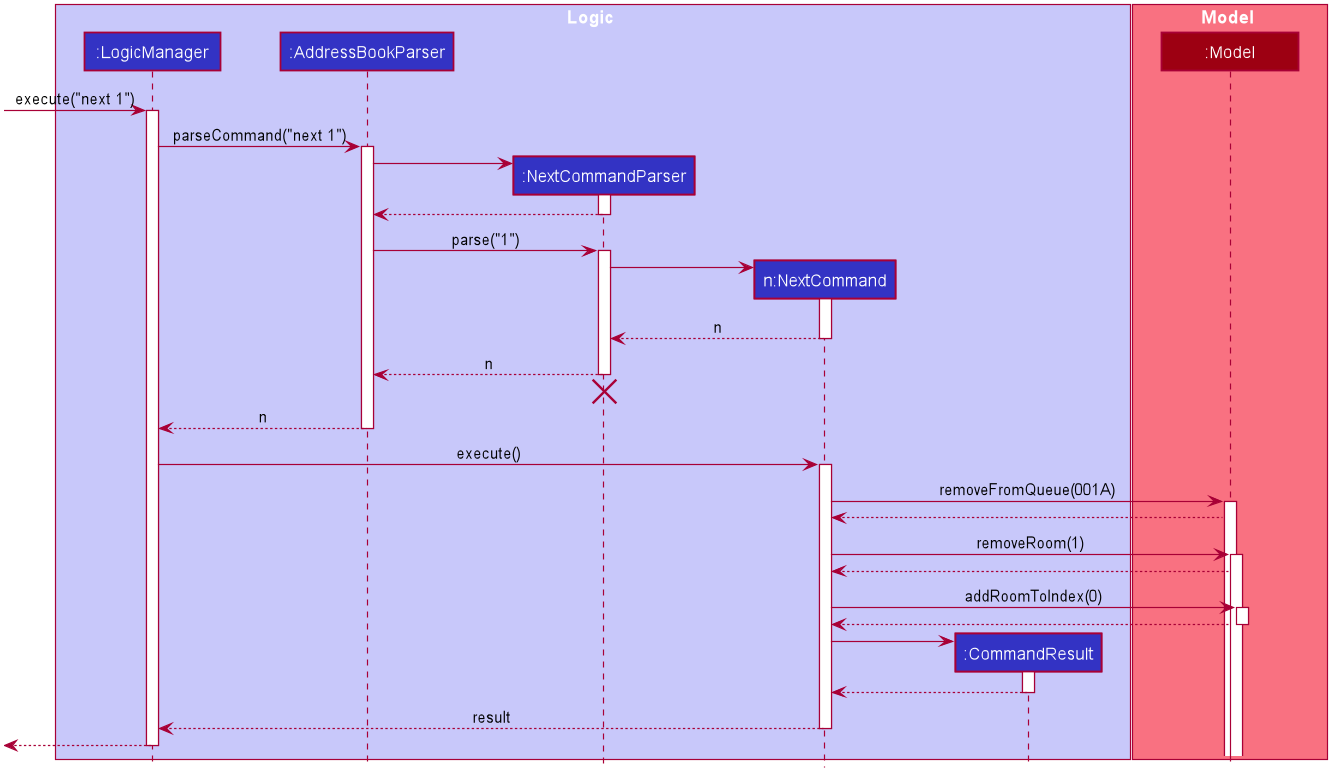
The PlantUML diagram docs/images/NextSequenceDiagram.png in nus-cs2103-AY1920S1/addressbook-level3, before a commit. The source it was exported from:
```plantuml
@startuml








skinparam BackgroundColor #FFFFFFF

skinparam Shadowing false

skinparam Class {
    FontColor #FFFFFF
    BorderThickness 1
    BorderColor #FFFFFF
    StereotypeFontColor #FFFFFF
    FontName Arial
}

skinparam Actor {
    BorderColor #000000
    Color #000000
    FontName Arial
}

skinparam Sequence {
    MessageAlign center
    BoxFontSize 15
    BoxPadding 0
    BoxFontColor #FFFFFF
    FontName Arial
}

skinparam Participant {
    FontColor #FFFFFFF
    Padding 20
}

skinparam MinClassWidth 100
skinparam ParticipantPadding 20
skinparam Shadowing false
skinparam DefaultTextAlignment center
skinparam packageStyle Rectangle

hide footbox
hide members
hide circle

box Logic #C8C8FA
participant ":LogicManager" as LogicManager #3333C4
participant ":AddressBookParser" as AddressBookParser #3333C4
participant ":NextCommandParser" as NextCommandParser #3333C4
participant "n:NextCommand" as NextCommand #3333C4
participant ":CommandResult" as CommandResult #3333C4
end box

box Model #F97181
participant ":Model" as Model #9D0012
end box

[-> LogicManager : execute("next 1")
activate LogicManager

LogicManager -> AddressBookParser : parseCommand("next 1")
activate AddressBookParser

create NextCommandParser
AddressBookParser -> NextCommandParser
activate NextCommandParser

NextCommandParser --> AddressBookParser
deactivate NextCommandParser

AddressBookParser -> NextCommandParser : parse("1")
activate NextCommandParser

create NextCommand
NextCommandParser -> NextCommand
activate NextCommand

NextCommand --> NextCommandParser : n
deactivate NextCommand

NextCommandParser --> AddressBookParser : n
deactivate NextCommandParser
NextCommandParser -[hidden]-> AddressBookParser
destroy NextCommandParser

AddressBookParser --> LogicManager : n
deactivate AddressBookParser

LogicManager -> NextCommand : execute()
activate NextCommand

NextCommand -> Model : removeFromQueue(001A)
activate Model
Model --> NextCommand

NextCommand -> Model : removeRoom(1)
activate Model
Model --> NextCommand

NextCommand -> Model : addRoomToIndex(0)
activate Model

Model --> NextCommand
deactivate Model

create CommandResult
NextCommand -> CommandResult
activate CommandResult

CommandResult --> NextCommand
deactivate CommandResult

NextCommand --> LogicManager : result
deactivate NextCommand

[<--LogicManager
deactivate LogicManager
@enduml
```
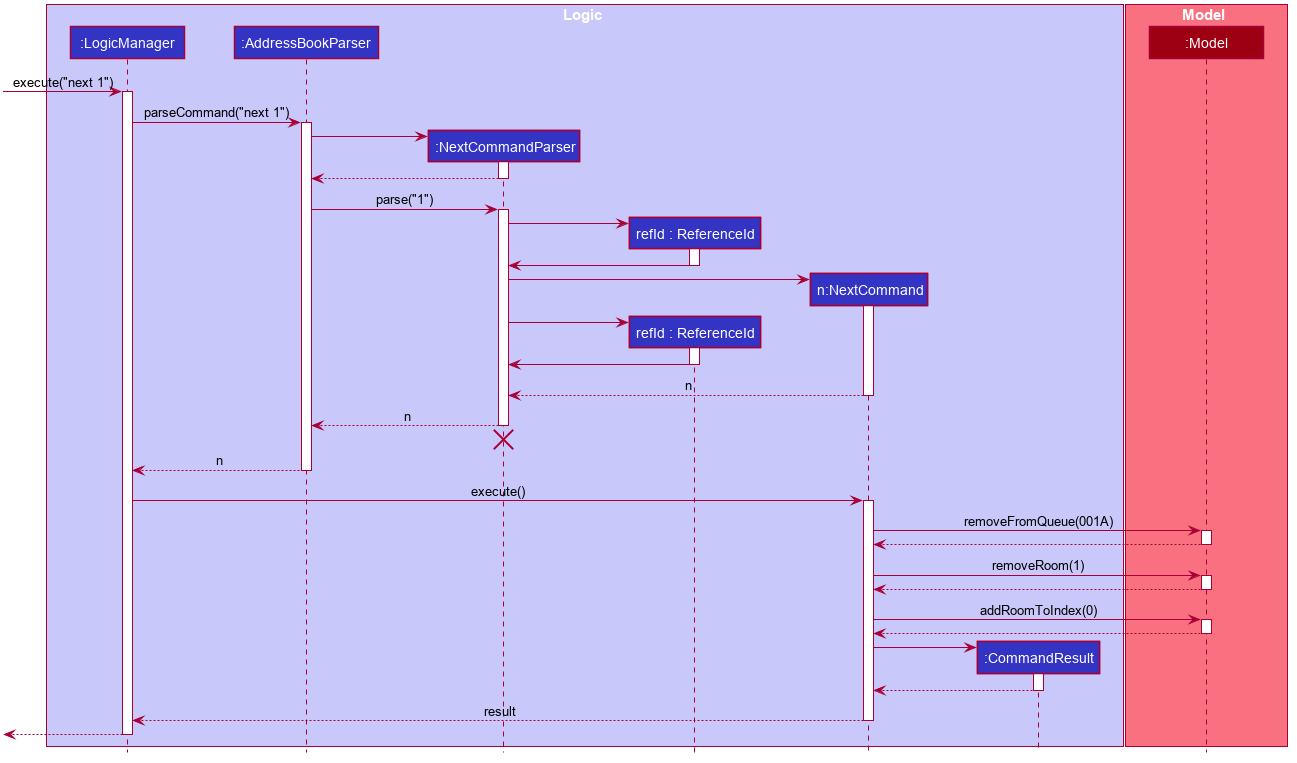
After the change.

Commit message:
Edits sequence diagrams for enqueue and next commands

The edit, as a diff of the source:
```diff
@@ -52,6 +52,7 @@
 participant ":LogicManager" as LogicManager #3333C4
 participant ":AddressBookParser" as AddressBookParser #3333C4
 participant ":NextCommandParser" as NextCommandParser #3333C4
+participant "refId : ReferenceId" as ReferenceId #3333C4
 participant "n:NextCommand" as NextCommand #3333C4
 participant ":CommandResult" as CommandResult #3333C4
 end box
@@ -76,9 +77,22 @@
 AddressBookParser -> NextCommandParser : parse("1")
 activate NextCommandParser
 
+
+create ReferenceId
+NextCommandParser -> ReferenceId
+activate ReferenceId
+ReferenceId -> NextCommandParser
+deactivate ReferenceId
+
 create NextCommand
 NextCommandParser -> NextCommand
 activate NextCommand
+
+create ReferenceId
+NextCommandParser -> ReferenceId
+activate ReferenceId
+ReferenceId -> NextCommandParser
+deactivate ReferenceId
 
 NextCommand --> NextCommandParser : n
 deactivate NextCommand
@@ -97,10 +111,12 @@
 NextCommand -> Model : removeFromQueue(001A)
 activate Model
 Model --> NextCommand
+deactivate Model
 
 NextCommand -> Model : removeRoom(1)
 activate Model
 Model --> NextCommand
+deactivate Model
 
 NextCommand -> Model : addRoomToIndex(0)
 activate Model
```
